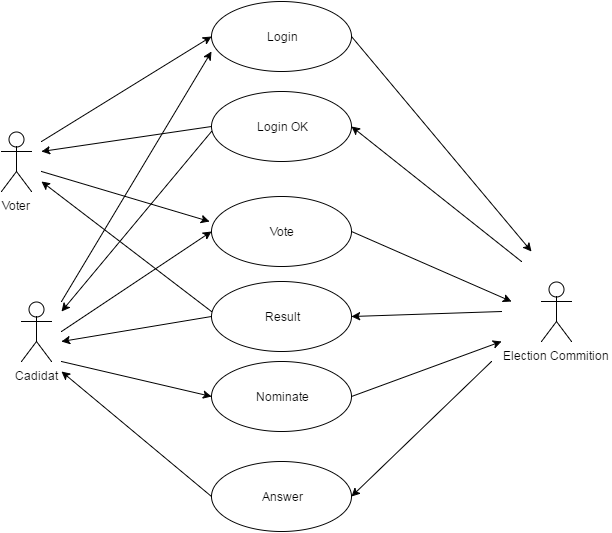
Before: UseCase.png, a diagram exported from draw.io (Murashko-Denis/System-of-vote). Source tidied: cells renumbered, new cells last; positions are measured from the earlier drawing's top-left corner, leaving out a move shared by most shapes.
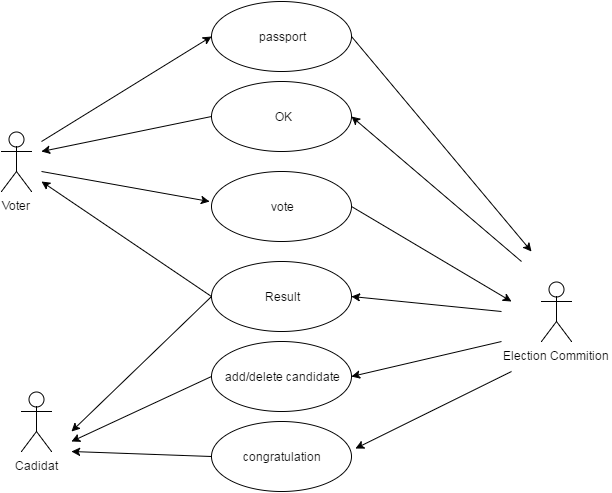
After the commit.

Change to the diagram source:
```diff
@@ -6,91 +6,59 @@
       <mxGeometry y="130" width="30" height="60" as="geometry" />
     </mxCell>
     <mxCell id="3" value="Cadidat" style="shape=umlActor;verticalLabelPosition=bottom;labelBackgroundColor=#ffffff;verticalAlign=top;html=1;" parent="1" vertex="1">
-      <mxGeometry x="20" y="300" width="30" height="60" as="geometry" />
+      <mxGeometry x="20" y="390" width="30" height="60" as="geometry" />
     </mxCell>
     <mxCell id="4" value="Election Commition" style="shape=umlActor;verticalLabelPosition=bottom;labelBackgroundColor=#ffffff;verticalAlign=top;html=1;" parent="1" vertex="1">
       <mxGeometry x="540" y="280" width="30" height="60" as="geometry" />
     </mxCell>
-    <mxCell id="5" value="Login" style="ellipse;whiteSpace=wrap;html=1;" parent="1" vertex="1">
+    <mxCell id="5" value="passport" style="ellipse;whiteSpace=wrap;html=1;" parent="1" vertex="1">
       <mxGeometry x="210" width="140" height="70" as="geometry" />
     </mxCell>
-    <mxCell id="6" value="Vote" style="ellipse;whiteSpace=wrap;html=1;" parent="1" vertex="1">
-      <mxGeometry x="210" y="195" width="140" height="70" as="geometry" />
-    </mxCell>
-    <mxCell id="7" style="edgeStyle=none;html=1;exitX=1;exitY=0.5;jettySize=auto;" parent="1" edge="1" source="8">
-      <mxGeometry relative="1" as="geometry">
-        <mxPoint x="500" y="340" as="targetPoint" />
-      </mxGeometry>
-    </mxCell>
-    <mxCell id="8" value="Nominate" style="ellipse;whiteSpace=wrap;html=1;" parent="1" vertex="1">
-      <mxGeometry x="210" y="360" width="140" height="70" as="geometry" />
-    </mxCell>
-    <mxCell id="9" style="endArrow=classic;html=1;" parent="1" edge="1">
-      <mxGeometry relative="1" as="geometry">
-        <mxPoint x="60" y="300" as="sourcePoint" />
-        <mxPoint x="210" y="50" as="targetPoint" />
-      </mxGeometry>
-    </mxCell>
     <mxCell id="10" style="endArrow=classic;html=1;entryX=0;entryY=0.5;" parent="1" edge="1" target="5">
       <mxGeometry relative="1" as="geometry">
         <mxPoint x="40" y="140" as="sourcePoint" />
       </mxGeometry>
     </mxCell>
-    <mxCell id="11" style="endArrow=classic;html=1;entryX=-0.014;entryY=0.357;entryPerimeter=0;" parent="1" edge="1" target="6">
+    <mxCell id="11" style="endArrow=classic;html=1;" parent="1" edge="1">
       <mxGeometry relative="1" as="geometry">
         <mxPoint x="40" y="170" as="sourcePoint" />
+        <mxPoint x="208" y="200" as="targetPoint" />
       </mxGeometry>
     </mxCell>
-    <mxCell id="12" style="endArrow=classic;html=1;entryX=0;entryY=0.5;" parent="1" edge="1" target="8">
-      <mxGeometry relative="1" as="geometry">
-        <mxPoint x="60" y="360" as="sourcePoint" />
-      </mxGeometry>
-    </mxCell>
-    <mxCell id="13" style="endArrow=classic;html=1;entryX=0;entryY=0.5;" parent="1" edge="1" target="6">
-      <mxGeometry relative="1" as="geometry">
-        <mxPoint x="60" y="330" as="sourcePoint" />
-      </mxGeometry>
-    </mxCell>
-    <mxCell id="14" value="Answer" style="ellipse;whiteSpace=wrap;html=1;" parent="1" vertex="1">
-      <mxGeometry x="210" y="460" width="140" height="70" as="geometry" />
+    <mxCell id="14" value="add/delete candidate" style="ellipse;whiteSpace=wrap;html=1;" parent="1" vertex="1">
+      <mxGeometry x="210" y="340" width="140" height="70" as="geometry" />
     </mxCell>
     <mxCell id="15" style="edgeStyle=none;html=1;jettySize=auto;entryX=1;entryY=0.5;" parent="1" edge="1" target="14">
       <mxGeometry x="450" y="440" as="geometry">
-        <mxPoint x="490" y="360" as="sourcePoint" />
+        <mxPoint x="500" y="340" as="sourcePoint" />
       </mxGeometry>
     </mxCell>
     <mxCell id="16" style="edgeStyle=none;html=1;jettySize=auto;exitX=0;exitY=0.5;" parent="1" edge="1" source="14">
       <mxGeometry x="150" y="460" as="geometry">
-        <mxPoint x="60" y="370" as="targetPoint" />
+        <mxPoint x="70" y="440" as="targetPoint" />
       </mxGeometry>
     </mxCell>
-    <mxCell id="17" style="edgeStyle=none;html=1;exitX=1;exitY=0.5;jettySize=auto;" parent="1" edge="1" source="6">
+    <mxCell id="17" style="edgeStyle=none;html=1;exitX=1;exitY=0.5;jettySize=auto;" parent="1" edge="1" source="27">
       <mxGeometry x="430" y="315" as="geometry">
         <mxPoint x="510" y="300" as="targetPoint" />
       </mxGeometry>
     </mxCell>
     <mxCell id="18" value="Result" style="ellipse;whiteSpace=wrap;html=1;" parent="1" vertex="1">
-      <mxGeometry x="210" y="280" width="140" height="70" as="geometry" />
+      <mxGeometry x="210" y="260" width="140" height="70" as="geometry" />
     </mxCell>
     <mxCell id="19" style="endArrow=classic;html=1;entryX=1;entryY=0.5;" parent="1" edge="1" target="18">
       <mxGeometry relative="1" as="geometry">
         <mxPoint x="500" y="310" as="sourcePoint" />
       </mxGeometry>
     </mxCell>
-    <mxCell id="20" value="Login OK" style="ellipse;whiteSpace=wrap;html=1;" parent="1" vertex="1">
-      <mxGeometry x="210" y="90" width="140" height="70" as="geometry" />
+    <mxCell id="20" value="&amp;nbsp;OK" style="ellipse;whiteSpace=wrap;html=1;" parent="1" vertex="1">
+      <mxGeometry x="210" y="80" width="140" height="70" as="geometry" />
     </mxCell>
     <mxCell id="21" style="endArrow=classic;html=1;exitX=1;exitY=0.5;" parent="1" edge="1" source="5">
       <mxGeometry relative="1" as="geometry">
         <mxPoint x="530" y="250" as="targetPoint" />
       </mxGeometry>
     </mxCell>
-    <mxCell id="22" style="endArrow=classic;html=1;" parent="1" edge="1">
-      <mxGeometry relative="1" as="geometry">
-        <mxPoint x="210" y="130" as="sourcePoint" />
-        <mxPoint x="60" y="310" as="targetPoint" />
-      </mxGeometry>
-    </mxCell>
     <mxCell id="23" style="endArrow=classic;html=1;exitX=0;exitY=0.5;" parent="1" edge="1" source="20">
       <mxGeometry relative="1" as="geometry">
         <mxPoint x="40" y="150" as="targetPoint" />
@@ -103,14 +71,29 @@
     </mxCell>
     <mxCell id="25" style="endArrow=classic;html=1;exitX=0;exitY=0.5;" parent="1" edge="1" source="18">
       <mxGeometry relative="1" as="geometry">
-        <mxPoint x="60" y="340" as="targetPoint" />
+        <mxPoint x="70" y="430" as="targetPoint" />
       </mxGeometry>
     </mxCell>
-    <mxCell id="26" style="endArrow=classic;html=1;" parent="1" edge="1">
+    <mxCell id="26" style="endArrow=classic;html=1;exitX=0;exitY=0.5;" parent="1" edge="1" source="18">
       <mxGeometry relative="1" as="geometry">
-        <mxPoint x="210" y="310" as="sourcePoint" />
         <mxPoint x="40" y="180" as="targetPoint" />
       </mxGeometry>
     </mxCell>
+    <mxCell id="27" value="vote" style="ellipse;whiteSpace=wrap;html=1;" parent="1" vertex="1">
+      <mxGeometry x="210" y="170" width="140" height="70" as="geometry" />
+    </mxCell>
+    <mxCell id="28" value="&lt;span&gt;congratulation&lt;/span&gt;" style="ellipse;whiteSpace=wrap;html=1;" parent="1" vertex="1">
+      <mxGeometry x="210" y="420" width="140" height="70" as="geometry" />
+    </mxCell>
+    <mxCell id="29" style="endArrow=classic;html=1;exitX=0;exitY=0.5;" parent="1" edge="1" source="28">
+      <mxGeometry relative="1" as="geometry">
+        <mxPoint x="70" y="450" as="targetPoint" />
+      </mxGeometry>
+    </mxCell>
+    <mxCell id="30" style="endArrow=classic;html=1;entryX=1.029;entryY=0.386;entryPerimeter=0;" parent="1" edge="1" target="28">
+      <mxGeometry x="505" y="480" as="geometry">
+        <mxPoint x="510" y="370" as="sourcePoint" />
+      </mxGeometry>
+    </mxCell>
   </root>
 </mxGraphModel>
```
